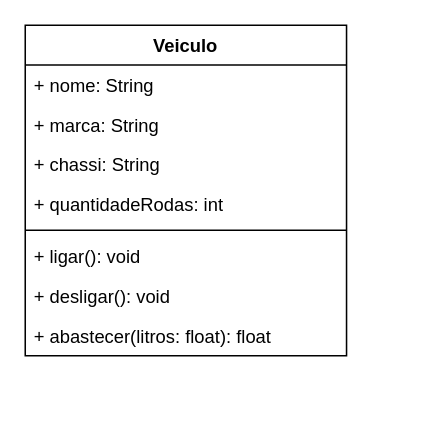
Earlier version of the draw.io diagram UML/veiculo.drawio (andre-s-nascimento/java-oo). Source tidied: cells renumbered, new cells numbered last; positions are measured from the earlier drawing's top-left corner, leaving out a move shared by most shapes. Both pictures are drawn from the tidied source at 153%, with x=0, y=0 at pixel (24, 24).
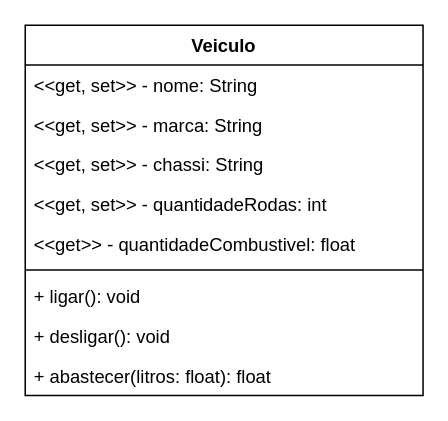
The same diagram, later.

What changed in the source:
```diff
@@
 <mxGraphModel>
   <root>
     <mxCell id="0" />
     <mxCell id="1" parent="0" />
     <mxCell id="2" value="Veiculo" style="swimlane;fontStyle=1;align=center;verticalAlign=top;horizontal=1;startSize=26;" parent="1" vertex="1">
-      <mxGeometry width="210" height="216" as="geometry" />
+      <mxGeometry width="260" height="242" as="geometry" />
     </mxCell>
-    <mxCell id="3" value="+ nome: String" style="text;strokeColor=none;fillColor=none;align=left;verticalAlign=top;spacingLeft=4;spacingRight=4;overflow=hidden;" parent="2" vertex="1">
-      <mxGeometry y="26" width="210" height="26" as="geometry" />
+    <mxCell id="3" value="&lt;&lt;get, set&gt;&gt; - nome: String" style="text;strokeColor=none;fillColor=none;align=left;verticalAlign=top;spacingLeft=4;spacingRight=4;overflow=hidden;" parent="2" vertex="1">
+      <mxGeometry y="26" width="260" height="26" as="geometry" />
     </mxCell>
-    <mxCell id="4" value="+ marca: String" style="text;strokeColor=none;fillColor=none;align=left;verticalAlign=top;spacingLeft=4;spacingRight=4;overflow=hidden;" parent="2" vertex="1">
-      <mxGeometry y="52" width="210" height="26" as="geometry" />
+    <mxCell id="4" value="&lt;&lt;get, set&gt;&gt; - marca: String" style="text;strokeColor=none;fillColor=none;align=left;verticalAlign=top;spacingLeft=4;spacingRight=4;overflow=hidden;" parent="2" vertex="1">
+      <mxGeometry y="52" width="260" height="26" as="geometry" />
     </mxCell>
-    <mxCell id="5" value="+ chassi: String" style="text;strokeColor=none;fillColor=none;align=left;verticalAlign=top;spacingLeft=4;spacingRight=4;overflow=hidden;" parent="2" vertex="1">
-      <mxGeometry y="78" width="210" height="26" as="geometry" />
+    <mxCell id="5" value="&lt;&lt;get, set&gt;&gt; - chassi: String" style="text;strokeColor=none;fillColor=none;align=left;verticalAlign=top;spacingLeft=4;spacingRight=4;overflow=hidden;" parent="2" vertex="1">
+      <mxGeometry y="78" width="260" height="26" as="geometry" />
     </mxCell>
-    <mxCell id="6" value="+ quantidadeRodas: int" style="text;strokeColor=none;fillColor=none;align=left;verticalAlign=top;spacingLeft=4;spacingRight=4;overflow=hidden;" parent="2" vertex="1">
-      <mxGeometry y="104" width="210" height="26" as="geometry" />
+    <mxCell id="6" value="&lt;&lt;get, set&gt;&gt; - quantidadeRodas: int" style="text;strokeColor=none;fillColor=none;align=left;verticalAlign=top;spacingLeft=4;spacingRight=4;overflow=hidden;" parent="2" vertex="1">
+      <mxGeometry y="104" width="260" height="26" as="geometry" />
     </mxCell>
+    <mxCell id="11" value="&lt;&lt;get&gt;&gt; - quantidadeCombustivel: float" style="text;strokeColor=none;fillColor=none;align=left;verticalAlign=top;spacingLeft=4;spacingRight=4;overflow=hidden;" parent="2" vertex="1">
+      <mxGeometry y="130" width="260" height="26" as="geometry" />
+    </mxCell>
     <mxCell id="7" style="line;strokeWidth=1;fillColor=none;align=left;verticalAlign=middle;spacingTop=-1;spacingLeft=3;spacingRight=3;labelPosition=right;strokeColor=inherit;" parent="2" vertex="1">
-      <mxGeometry y="130" width="210" height="8" as="geometry" />
+      <mxGeometry y="156" width="260" height="8" as="geometry" />
     </mxCell>
     <mxCell id="8" value="+ ligar(): void" style="text;strokeColor=none;fillColor=none;align=left;verticalAlign=top;spacingLeft=4;spacingRight=4;overflow=hidden;" parent="2" vertex="1">
-      <mxGeometry y="138" width="210" height="26" as="geometry" />
+      <mxGeometry y="164" width="260" height="26" as="geometry" />
     </mxCell>
     <mxCell id="9" value="+ desligar(): void" style="text;strokeColor=none;fillColor=none;align=left;verticalAlign=top;spacingLeft=4;spacingRight=4;overflow=hidden;" parent="2" vertex="1">
-      <mxGeometry y="164" width="210" height="26" as="geometry" />
+      <mxGeometry y="190" width="260" height="26" as="geometry" />
     </mxCell>
     <mxCell id="10" value="+ abastecer(litros: float): float" style="text;strokeColor=none;fillColor=none;align=left;verticalAlign=top;spacingLeft=4;spacingRight=4;overflow=hidden;" parent="2" vertex="1">
-      <mxGeometry y="190" width="210" height="26" as="geometry" />
+      <mxGeometry y="216" width="260" height="26" as="geometry" />
     </mxCell>
   </root>
 </mxGraphModel>
```
